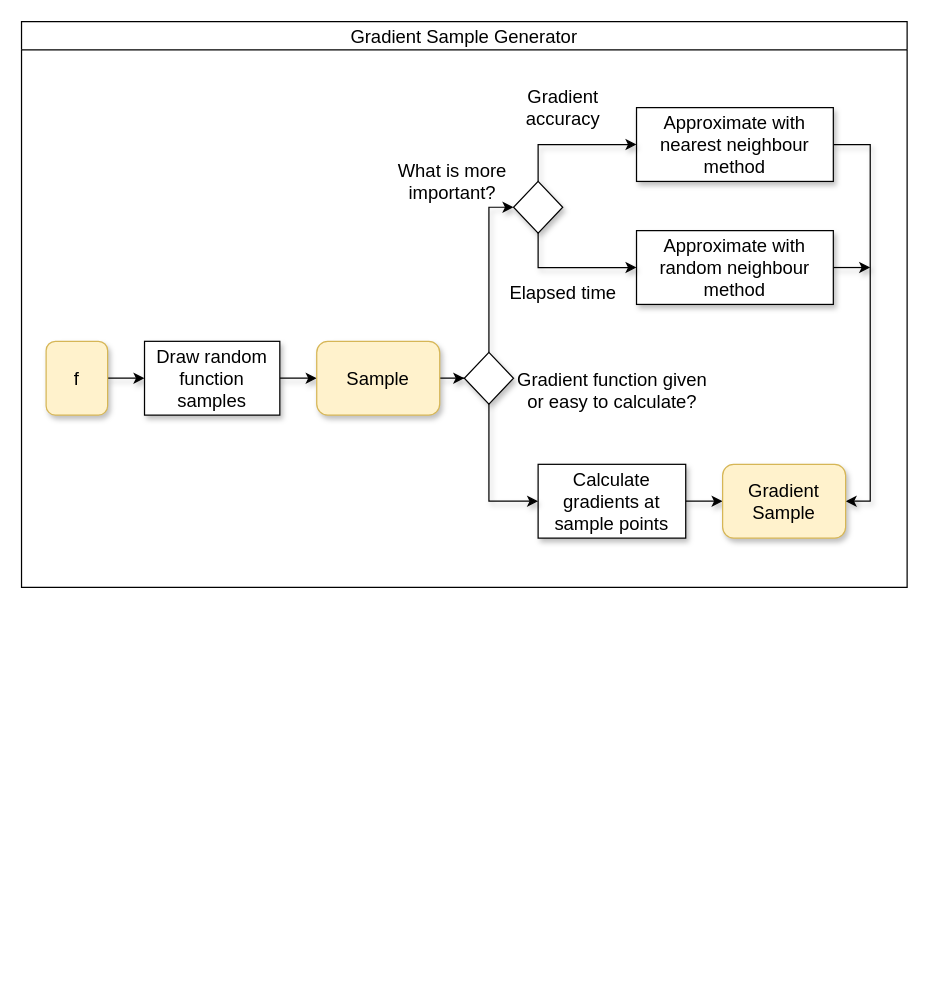
This is graphics/GradientGen.drawio from crschnick/Master-Thesis, a draw.io file, before an edit. Source tidied: cells renumbered, new cells numbered last; positions are measured from the earlier drawing's top-left corner, leaving out a move shared by most shapes. Both pictures are drawn from the tidied source at 123%, with x=0, y=0 at pixel (21, 21).
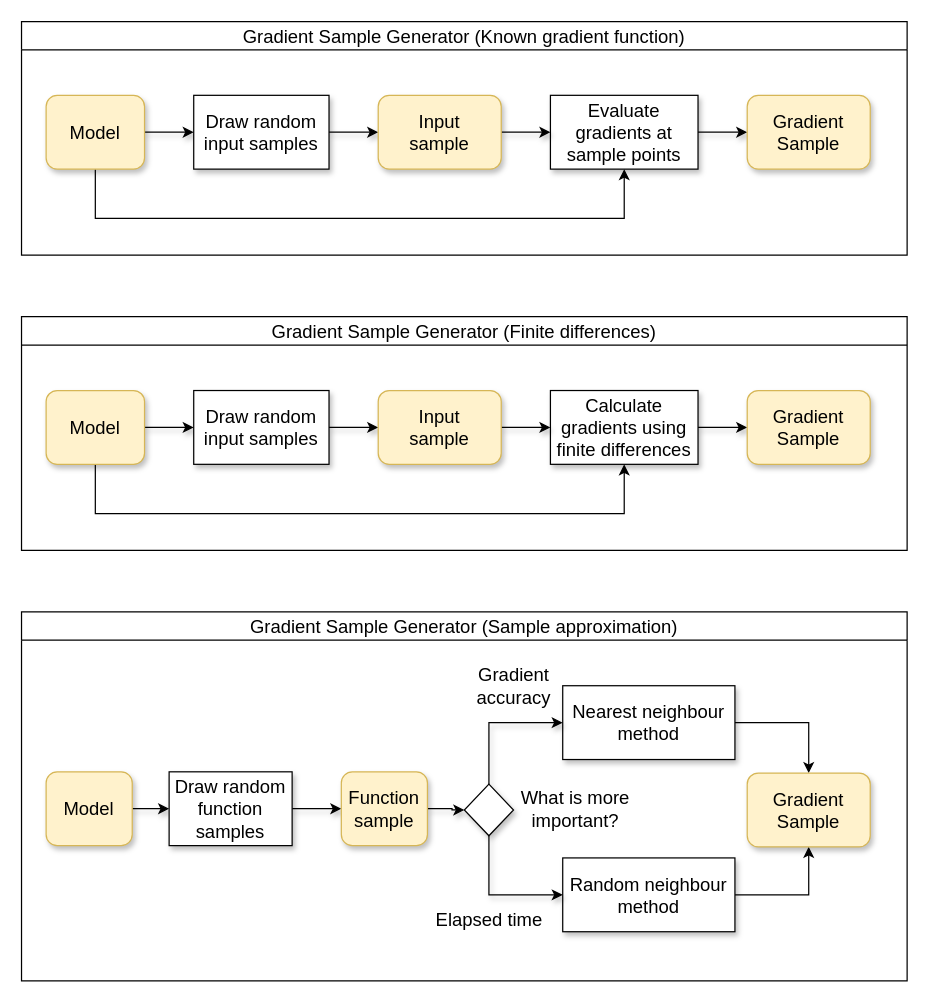
After the change.

What changed in the source:
```diff
@@
-    <mxCell id="2" value="Gradient Sample Generator" style="swimlane;fontSize=15;fontStyle=0;" parent="1" vertex="1">
-      <mxGeometry width="720" height="460" as="geometry" />
+    <mxCell id="2" value="Gradient Sample Generator (Known gradient function)" style="swimlane;fontSize=15;fontStyle=0;" parent="1" vertex="1">
+      <mxGeometry width="720" height="190" as="geometry" />
     </mxCell>
@@
+    <mxCell id="26" style="edgeStyle=orthogonalEdgeStyle;rounded=0;jettySize=auto;html=1;entryX=0.5;entryY=1;entryDx=0;entryDy=0;" parent="2" edge="1" source="4" target="7">
+      <mxGeometry relative="1" as="geometry">
+        <Array as="points">
+          <mxPoint x="60" y="160" />
+          <mxPoint x="490" y="160" />
+        </Array>
+      </mxGeometry>
+    </mxCell>
-    <mxCell id="4" value="&lt;font style=&quot;font-size: 15px;&quot;&gt;f&lt;/font&gt;" style="rounded=1;whiteSpace=wrap;html=1;fontSize=15;fillColor=#fff2cc;strokeColor=#d6b656;shadow=1;" parent="2" vertex="1">
-      <mxGeometry x="20" y="260" width="50" height="60" as="geometry" />
+    <mxCell id="4" value="&lt;font style=&quot;font-size: 15px&quot;&gt;Model&lt;/font&gt;" style="rounded=1;whiteSpace=wrap;html=1;fontSize=15;fillColor=#fff2cc;strokeColor=#d6b656;shadow=1;" parent="2" vertex="1">
+      <mxGeometry x="20" y="60" width="80" height="60" as="geometry" />
     </mxCell>
-    <mxCell id="5" value="&lt;div style=&quot;font-size: 15px;&quot;&gt;Gradient function given&lt;/div&gt;&lt;div style=&quot;font-size: 15px;&quot;&gt;or easy to calculate?&lt;/div&gt;" style="text;html=1;align=center;verticalAlign=middle;strokeColor=none;fontSize=15;shadow=1;" parent="2" vertex="1">
-      <mxGeometry x="395" y="280" width="170" height="40" as="geometry" />
-    </mxCell>
@@
-    <mxCell id="7" value="Calculate gradients at sample points" style="rounded=0;whiteSpace=wrap;html=1;fontSize=15;shadow=1;" parent="2" vertex="1">
-      <mxGeometry x="420" y="360" width="120" height="60" as="geometry" />
+    <mxCell id="7" value="Evaluate gradients at sample points" style="rounded=0;whiteSpace=wrap;html=1;fontSize=15;shadow=1;" parent="2" vertex="1">
+      <mxGeometry x="430" y="60" width="120" height="60" as="geometry" />
     </mxCell>
-    <mxCell id="8" style="edgeStyle=orthogonalEdgeStyle;rounded=0;jettySize=auto;html=1;fontSize=15;entryX=1;entryY=0.5;entryDx=0;entryDy=0;shadow=1;" parent="2" edge="1" source="9" target="24">
-      <mxGeometry relative="1" as="geometry">
-        <Array as="points">
-          <mxPoint x="690" y="100" />
-          <mxPoint x="690" y="390" />
-        </Array>
-      </mxGeometry>
-    </mxCell>
-    <mxCell id="9" value="Approximate with nearest neighbour method " style="rounded=0;whiteSpace=wrap;html=1;fontSize=15;shadow=1;" parent="2" vertex="1">
-      <mxGeometry x="500" y="70" width="160" height="60" as="geometry" />
-    </mxCell>
-    <mxCell id="10" value="Approximate with random neighbour method " style="rounded=0;whiteSpace=wrap;html=1;fontSize=15;shadow=1;" parent="2" vertex="1">
-      <mxGeometry x="500" y="170" width="160" height="60" as="geometry" />
-    </mxCell>
@@
-    <mxCell id="12" value="Draw random function samples" style="rounded=0;whiteSpace=wrap;html=1;fontSize=15;shadow=1;" parent="2" vertex="1">
-      <mxGeometry x="100" y="260" width="110" height="60" as="geometry" />
+    <mxCell id="12" value="Draw random input samples" style="rounded=0;whiteSpace=wrap;html=1;fontSize=15;shadow=1;" parent="2" vertex="1">
+      <mxGeometry x="140" y="60" width="110" height="60" as="geometry" />
     </mxCell>
-    <mxCell id="13" style="edgeStyle=orthogonalEdgeStyle;rounded=0;jettySize=auto;html=1;fontSize=15;shadow=1;" parent="2" edge="1" source="14" target="17">
+    <mxCell id="13" style="edgeStyle=orthogonalEdgeStyle;rounded=0;jettySize=auto;html=1;fontSize=15;shadow=1;entryX=0;entryY=0.5;entryDx=0;entryDy=0;" parent="2" edge="1" source="14" target="7">
       <mxGeometry relative="1" as="geometry" />
     </mxCell>
-    <mxCell id="14" value="&lt;font style=&quot;font-size: 15px;&quot;&gt;Sample&lt;/font&gt;" style="rounded=1;whiteSpace=wrap;html=1;fontSize=15;fillColor=#fff2cc;strokeColor=#d6b656;shadow=1;" parent="2" vertex="1">
-      <mxGeometry x="240" y="260" width="100" height="60" as="geometry" />
+    <mxCell id="14" value="&lt;font style=&quot;font-size: 15px&quot;&gt;Input&lt;br&gt;sample&lt;/font&gt;" style="rounded=1;whiteSpace=wrap;html=1;fontSize=15;fillColor=#fff2cc;strokeColor=#d6b656;shadow=1;" parent="2" vertex="1">
+      <mxGeometry x="290" y="60" width="100" height="60" as="geometry" />
     </mxCell>
-    <mxCell id="15" style="edgeStyle=orthogonalEdgeStyle;rounded=0;jettySize=auto;html=1;entryX=0;entryY=0.5;entryDx=0;entryDy=0;fontSize=15;shadow=1;" parent="2" edge="1" source="17" target="20">
-      <mxGeometry relative="1" as="geometry" />
-    </mxCell>
-    <mxCell id="16" style="edgeStyle=orthogonalEdgeStyle;rounded=0;jettySize=auto;html=1;entryX=0;entryY=0.5;entryDx=0;entryDy=0;fontSize=15;shadow=1;" parent="2" edge="1" source="17" target="7">
-      <mxGeometry relative="1" as="geometry">
-        <Array as="points">
-          <mxPoint x="380" y="390" />
-        </Array>
-      </mxGeometry>
-    </mxCell>
-    <mxCell id="17" style="rhombus;whiteSpace=wrap;html=1;shadow=1;sketch=0;fontSize=15;" parent="2" vertex="1">
-      <mxGeometry x="360" y="269" width="40" height="42" as="geometry" />
-    </mxCell>
-    <mxCell id="18" style="edgeStyle=orthogonalEdgeStyle;rounded=0;jettySize=auto;html=1;fontSize=15;shadow=1;" parent="2" edge="1" source="20" target="9">
-      <mxGeometry relative="1" as="geometry">
-        <Array as="points">
-          <mxPoint x="420" y="100" />
-        </Array>
-      </mxGeometry>
-    </mxCell>
-    <mxCell id="19" style="edgeStyle=orthogonalEdgeStyle;rounded=0;jettySize=auto;html=1;entryX=0;entryY=0.5;entryDx=0;entryDy=0;fontSize=15;shadow=1;" parent="2" edge="1" source="20" target="10">
-      <mxGeometry relative="1" as="geometry">
-        <Array as="points">
-          <mxPoint x="420" y="200" />
-        </Array>
-      </mxGeometry>
-    </mxCell>
-    <mxCell id="20" style="rhombus;whiteSpace=wrap;html=1;shadow=1;sketch=0;fontSize=15;" parent="2" vertex="1">
-      <mxGeometry x="400" y="130" width="40" height="42" as="geometry" />
-    </mxCell>
+    <mxCell id="24" value="&lt;font style=&quot;font-size: 15px&quot;&gt;Gradient Sample&lt;/font&gt;" style="rounded=1;whiteSpace=wrap;html=1;fontSize=15;fillColor=#fff2cc;strokeColor=#d6b656;shadow=1;" parent="2" vertex="1">
+      <mxGeometry x="590" y="60" width="100" height="60" as="geometry" />
+    </mxCell>
+    <mxCell id="27" value="Gradient Sample Generator (Sample approximation)" style="swimlane;fontSize=15;fontStyle=0;" parent="1" vertex="1">
+      <mxGeometry y="480" width="720" height="300" as="geometry" />
+    </mxCell>
+    <mxCell id="28" style="edgeStyle=orthogonalEdgeStyle;rounded=0;jettySize=auto;html=1;entryX=0;entryY=0.5;entryDx=0;entryDy=0;fontSize=15;shadow=1;" parent="27" edge="1" source="29" target="35">
+      <mxGeometry relative="1" as="geometry" />
+    </mxCell>
+    <mxCell id="29" value="&lt;font style=&quot;font-size: 15px&quot;&gt;Model&lt;/font&gt;" style="rounded=1;whiteSpace=wrap;html=1;fontSize=15;fillColor=#fff2cc;strokeColor=#d6b656;shadow=1;" parent="27" vertex="1">
+      <mxGeometry x="20" y="130" width="70" height="60" as="geometry" />
+    </mxCell>
+    <mxCell id="30" style="edgeStyle=orthogonalEdgeStyle;rounded=0;jettySize=auto;html=1;entryX=0.5;entryY=0;entryDx=0;entryDy=0;" parent="27" edge="1" source="31" target="41">
+      <mxGeometry relative="1" as="geometry" />
+    </mxCell>
+    <mxCell id="31" value="Nearest neighbour method " style="rounded=0;whiteSpace=wrap;html=1;fontSize=15;shadow=1;" parent="27" vertex="1">
+      <mxGeometry x="440" y="60" width="140" height="60" as="geometry" />
+    </mxCell>
+    <mxCell id="32" style="edgeStyle=orthogonalEdgeStyle;rounded=0;jettySize=auto;html=1;" parent="27" edge="1" source="33" target="41">
+      <mxGeometry relative="1" as="geometry" />
+    </mxCell>
+    <mxCell id="33" value="Random neighbour method " style="rounded=0;whiteSpace=wrap;html=1;fontSize=15;shadow=1;" parent="27" vertex="1">
+      <mxGeometry x="440" y="200" width="140" height="60" as="geometry" />
+    </mxCell>
+    <mxCell id="34" style="edgeStyle=orthogonalEdgeStyle;rounded=0;jettySize=auto;html=1;entryX=0;entryY=0.5;entryDx=0;entryDy=0;fontSize=15;shadow=1;" parent="27" edge="1" source="35" target="37">
+      <mxGeometry relative="1" as="geometry" />
+    </mxCell>
+    <mxCell id="35" value="Draw random function samples" style="rounded=0;whiteSpace=wrap;html=1;fontSize=15;shadow=1;" parent="27" vertex="1">
+      <mxGeometry x="120" y="130" width="100" height="60" as="geometry" />
+    </mxCell>
+    <mxCell id="36" style="edgeStyle=orthogonalEdgeStyle;rounded=0;jettySize=auto;html=1;fontSize=15;shadow=1;entryX=0;entryY=0.5;entryDx=0;entryDy=0;" parent="27" edge="1" source="37" target="40">
+      <mxGeometry relative="1" as="geometry" />
+    </mxCell>
+    <mxCell id="37" value="&lt;font style=&quot;font-size: 15px&quot;&gt;Function&lt;br&gt;sample&lt;/font&gt;" style="rounded=1;whiteSpace=wrap;html=1;fontSize=15;fillColor=#fff2cc;strokeColor=#d6b656;shadow=1;" parent="27" vertex="1">
+      <mxGeometry x="260" y="130" width="70" height="60" as="geometry" />
+    </mxCell>
+    <mxCell id="38" style="edgeStyle=orthogonalEdgeStyle;rounded=0;jettySize=auto;html=1;fontSize=15;shadow=1;exitX=0.5;exitY=0;exitDx=0;exitDy=0;" parent="27" edge="1" source="40" target="31">
+      <mxGeometry relative="1" as="geometry">
+        <Array as="points">
+          <mxPoint x="380" y="90" />
+        </Array>
+      </mxGeometry>
+    </mxCell>
+    <mxCell id="39" style="edgeStyle=orthogonalEdgeStyle;rounded=0;jettySize=auto;html=1;entryX=0;entryY=0.5;entryDx=0;entryDy=0;fontSize=15;shadow=1;exitX=0.5;exitY=1;exitDx=0;exitDy=0;" parent="27" edge="1" source="40" target="33">
+      <mxGeometry relative="1" as="geometry">
+        <Array as="points">
+          <mxPoint x="380" y="230" />
+        </Array>
+      </mxGeometry>
+    </mxCell>
+    <mxCell id="40" style="rhombus;whiteSpace=wrap;html=1;shadow=1;sketch=0;fontSize=15;" parent="27" vertex="1">
+      <mxGeometry x="360" y="140" width="40" height="42" as="geometry" />
+    </mxCell>
-    <mxCell id="21" value="&lt;div style=&quot;font-size: 15px;&quot;&gt;What is more&lt;/div&gt;&lt;div style=&quot;font-size: 15px;&quot;&gt;important?&lt;/div&gt;" style="text;html=1;align=center;verticalAlign=middle;strokeColor=none;fontSize=15;shadow=1;" parent="2" vertex="1">
-      <mxGeometry x="300" y="110" width="100" height="40" as="geometry" />
+    <mxCell id="21" value="&lt;div style=&quot;font-size: 15px;&quot;&gt;What is more&lt;/div&gt;&lt;div style=&quot;font-size: 15px;&quot;&gt;important?&lt;/div&gt;" style="text;html=1;align=center;verticalAlign=middle;strokeColor=none;fontSize=15;shadow=1;" parent="27" vertex="1">
+      <mxGeometry x="400" y="140" width="100" height="40" as="geometry" />
     </mxCell>
-    <mxCell id="22" value="Elapsed time" style="text;html=1;align=center;verticalAlign=middle;strokeColor=none;fontSize=15;shadow=1;" parent="2" vertex="1">
-      <mxGeometry x="390" y="210" width="100" height="20" as="geometry" />
+    <mxCell id="22" value="Elapsed time" style="text;html=1;align=center;verticalAlign=middle;strokeColor=none;fontSize=15;shadow=1;" parent="27" vertex="1">
+      <mxGeometry x="330" y="240" width="100" height="20" as="geometry" />
     </mxCell>
-    <mxCell id="23" value="Gradient&lt;br style=&quot;font-size: 15px;&quot;&gt;accuracy" style="text;html=1;align=center;verticalAlign=middle;strokeColor=none;fontSize=15;shadow=1;" parent="2" vertex="1">
-      <mxGeometry x="400" y="50" width="80" height="40" as="geometry" />
+    <mxCell id="23" value="Gradient&lt;br style=&quot;font-size: 15px;&quot;&gt;accuracy" style="text;html=1;align=center;verticalAlign=middle;strokeColor=none;fontSize=15;shadow=1;" parent="27" vertex="1">
+      <mxGeometry x="360" y="40" width="80" height="40" as="geometry" />
     </mxCell>
-    <mxCell id="24" value="&lt;font style=&quot;font-size: 15px&quot;&gt;Gradient Sample&lt;/font&gt;" style="rounded=1;whiteSpace=wrap;html=1;fontSize=15;fillColor=#fff2cc;strokeColor=#d6b656;shadow=1;" parent="2" vertex="1">
-      <mxGeometry x="570" y="360" width="100" height="60" as="geometry" />
-    </mxCell>
-    <mxCell id="25" style="edgeStyle=orthogonalEdgeStyle;rounded=0;jettySize=auto;html=1;fontSize=15;shadow=1;" parent="1" edge="1" source="10">
-      <mxGeometry relative="1" as="geometry">
-        <mxPoint x="690" y="200" as="targetPoint" />
-      </mxGeometry>
-    </mxCell>
+    <mxCell id="41" value="&lt;font style=&quot;font-size: 15px&quot;&gt;Gradient Sample&lt;/font&gt;" style="rounded=1;whiteSpace=wrap;html=1;fontSize=15;fillColor=#fff2cc;strokeColor=#d6b656;shadow=1;" parent="27" vertex="1">
+      <mxGeometry x="590" y="131" width="100" height="60" as="geometry" />
+    </mxCell>
+    <mxCell id="42" value="Gradient Sample Generator (Finite differences)" style="swimlane;fontSize=15;fontStyle=0;" parent="1" vertex="1">
+      <mxGeometry y="240" width="720" height="190" as="geometry" />
+    </mxCell>
+    <mxCell id="43" style="edgeStyle=orthogonalEdgeStyle;rounded=0;jettySize=auto;html=1;entryX=0;entryY=0.5;entryDx=0;entryDy=0;fontSize=15;shadow=1;" parent="42" edge="1" source="45" target="49">
+      <mxGeometry relative="1" as="geometry" />
+    </mxCell>
+    <mxCell id="44" style="edgeStyle=orthogonalEdgeStyle;rounded=0;jettySize=auto;html=1;entryX=0.5;entryY=1;entryDx=0;entryDy=0;" parent="42" edge="1" source="45" target="47">
+      <mxGeometry relative="1" as="geometry">
+        <Array as="points">
+          <mxPoint x="60" y="160" />
+          <mxPoint x="490" y="160" />
+        </Array>
+      </mxGeometry>
+    </mxCell>
+    <mxCell id="45" value="&lt;font style=&quot;font-size: 15px&quot;&gt;Model&lt;/font&gt;" style="rounded=1;whiteSpace=wrap;html=1;fontSize=15;fillColor=#fff2cc;strokeColor=#d6b656;shadow=1;" parent="42" vertex="1">
+      <mxGeometry x="20" y="60" width="80" height="60" as="geometry" />
+    </mxCell>
+    <mxCell id="46" style="edgeStyle=orthogonalEdgeStyle;rounded=0;jettySize=auto;html=1;entryX=0;entryY=0.5;entryDx=0;entryDy=0;fontSize=15;shadow=1;" parent="42" edge="1" source="47" target="52">
+      <mxGeometry relative="1" as="geometry" />
+    </mxCell>
+    <mxCell id="47" value="Calculate gradients using finite differences" style="rounded=0;whiteSpace=wrap;html=1;fontSize=15;shadow=1;" parent="42" vertex="1">
+      <mxGeometry x="430" y="60" width="120" height="60" as="geometry" />
+    </mxCell>
+    <mxCell id="48" style="edgeStyle=orthogonalEdgeStyle;rounded=0;jettySize=auto;html=1;entryX=0;entryY=0.5;entryDx=0;entryDy=0;fontSize=15;shadow=1;" parent="42" edge="1" source="49" target="51">
+      <mxGeometry relative="1" as="geometry" />
+    </mxCell>
+    <mxCell id="49" value="Draw random input samples" style="rounded=0;whiteSpace=wrap;html=1;fontSize=15;shadow=1;" parent="42" vertex="1">
+      <mxGeometry x="140" y="60" width="110" height="60" as="geometry" />
+    </mxCell>
+    <mxCell id="50" style="edgeStyle=orthogonalEdgeStyle;rounded=0;jettySize=auto;html=1;fontSize=15;shadow=1;entryX=0;entryY=0.5;entryDx=0;entryDy=0;" parent="42" edge="1" source="51" target="47">
+      <mxGeometry relative="1" as="geometry" />
+    </mxCell>
+    <mxCell id="51" value="&lt;font style=&quot;font-size: 15px&quot;&gt;Input&lt;br&gt;sample&lt;/font&gt;" style="rounded=1;whiteSpace=wrap;html=1;fontSize=15;fillColor=#fff2cc;strokeColor=#d6b656;shadow=1;" parent="42" vertex="1">
+      <mxGeometry x="290" y="60" width="100" height="60" as="geometry" />
+    </mxCell>
+    <mxCell id="52" value="&lt;font style=&quot;font-size: 15px&quot;&gt;Gradient Sample&lt;/font&gt;" style="rounded=1;whiteSpace=wrap;html=1;fontSize=15;fillColor=#fff2cc;strokeColor=#d6b656;shadow=1;" parent="42" vertex="1">
+      <mxGeometry x="590" y="60" width="100" height="60" as="geometry" />
+    </mxCell>
```
